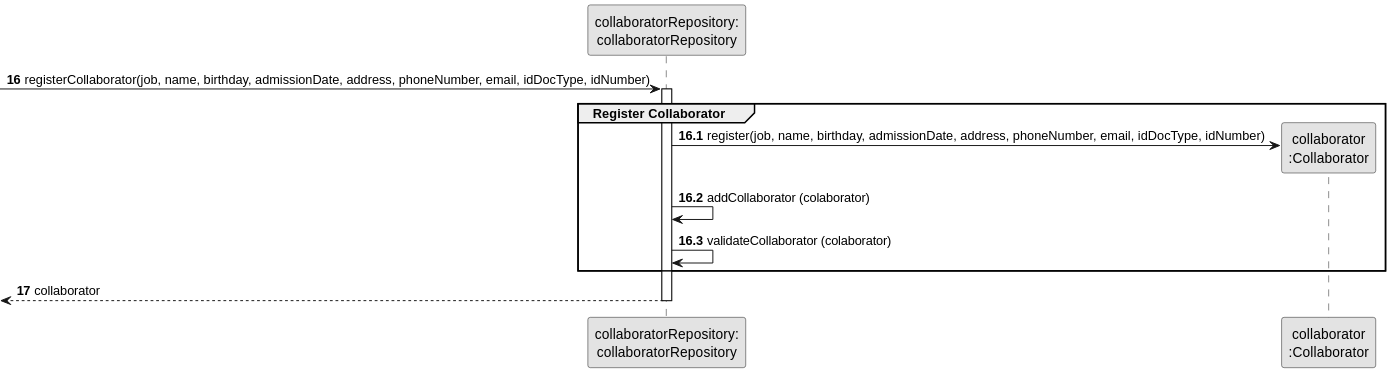
Above: docs/sprintA&B/us003/03.design/svg/us003-sequence-diagram-partial-register-collaborator.svg in daniel41silva05/ISEP_2023_2024_LAPR2 (PlantUML), before the change.
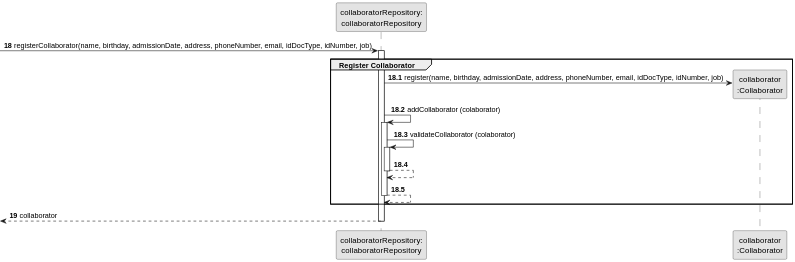
Above is the later version.

The edit, as a diff of the source:
```diff
@@ -6,22 +6,29 @@
 participant "collaboratorRepository:\ncollaboratorRepository" as collaboratorRepository
 participant "collaborator\n:Collaborator" as COLLABORATOR
 
-autonumber 16
--> collaboratorRepository : registerCollaborator(job, name, birthday, admissionDate, address, phoneNumber, email, idDocType, idNumber)
+autonumber 18
+-> collaboratorRepository : registerCollaborator(name, birthday, admissionDate, address, phoneNumber, email, idDocType, idNumber, job)
 
-autonumber 16.1
+autonumber 18.1
 
 activate collaboratorRepository
     group Register Collaborator
-
-                collaboratorRepository -> COLLABORATOR** : register(job, name, birthday, admissionDate, address, phoneNumber, email, idDocType, idNumber)
+                collaboratorRepository -> COLLABORATOR** : register(name, birthday, admissionDate, address, phoneNumber, email, idDocType, idNumber, job)
 
                 collaboratorRepository -> collaboratorRepository: addCollaborator (colaborator)
+                activate collaboratorRepository
 
                 collaboratorRepository -> collaboratorRepository: validateCollaborator (colaborator)
+                activate collaboratorRepository
+
+                collaboratorRepository --> collaboratorRepository
+                deactivate collaboratorRepository
+
+                collaboratorRepository --> collaboratorRepository
+                deactivate collaboratorRepository
     end group
 
-    autonumber 17
+    autonumber 19
     <-- collaboratorRepository : collaborator
 deactivate collaboratorRepository
 @enduml
```
